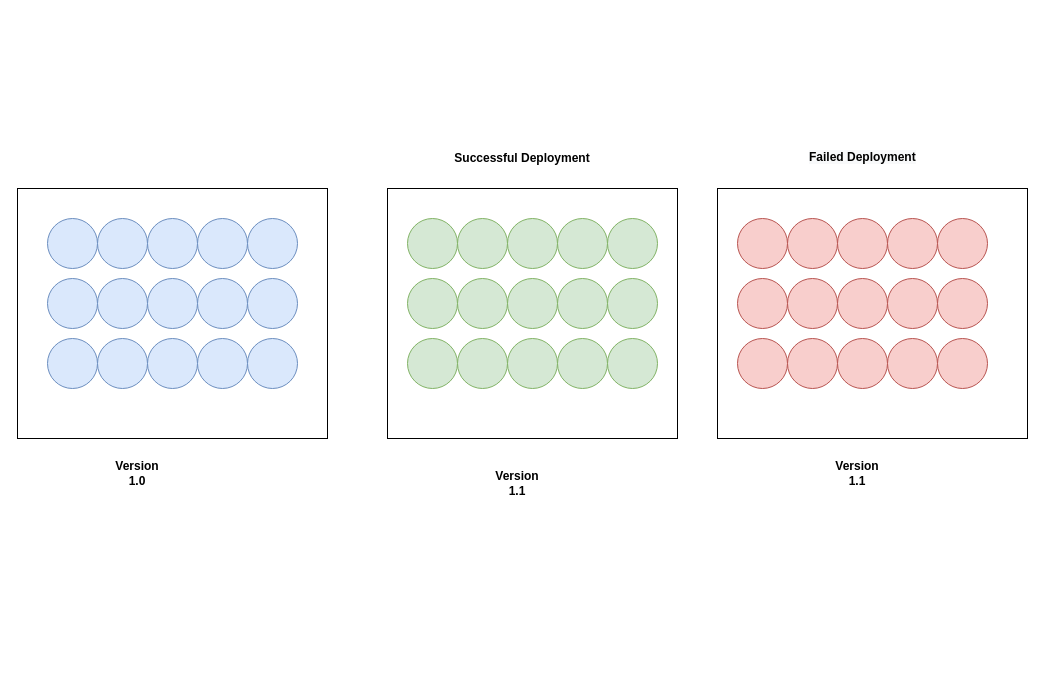
This is deployment-statergy/traditional-deployment.drawio from amit894/diagrams, a draw.io file, before an edit. Source tidied: cells renumbered, new cells numbered last; positions are measured from the earlier drawing's top-left corner, leaving out a move shared by most shapes. Both pictures are drawn from the tidied source at 100%, with x=0, y=0 at pixel (17, 143).
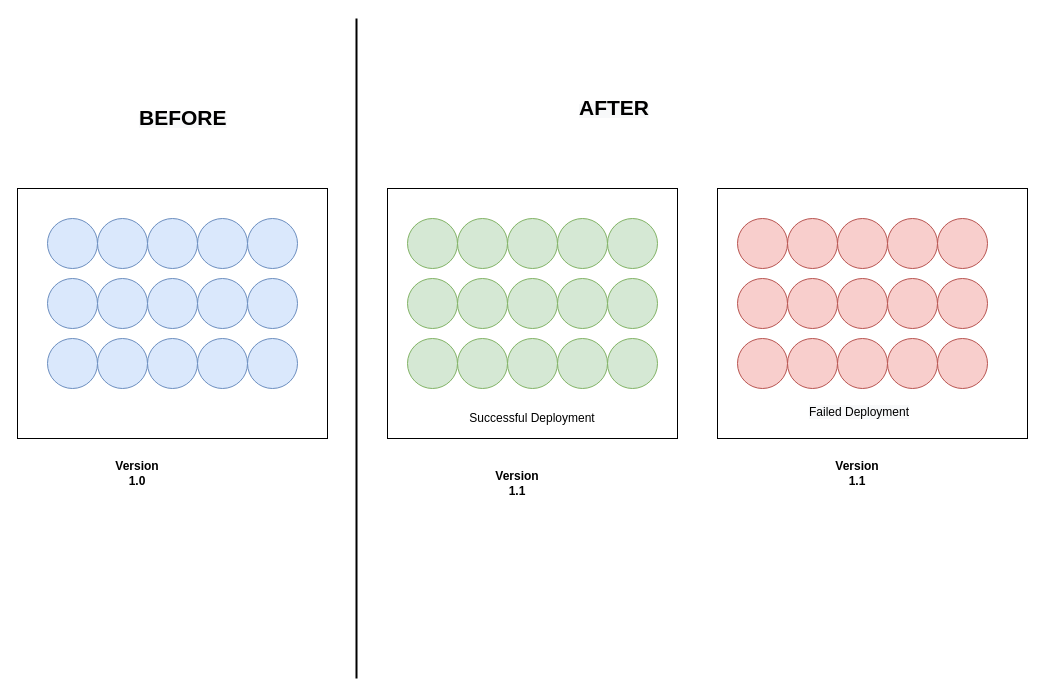
The same page after the edit.

Change to the diagram source:
```diff
@@
-    <mxCell id="53" value="&lt;b&gt;Successful Deployment&lt;/b&gt;" style="text;html=1;strokeColor=none;fillColor=none;align=center;verticalAlign=middle;whiteSpace=wrap;rounded=0;" parent="1" vertex="1">
-      <mxGeometry x="420" y="5" width="170" height="20" as="geometry" />
+    <mxCell id="53" value="Successful Deployment" style="text;html=1;strokeColor=none;fillColor=none;align=center;verticalAlign=middle;whiteSpace=wrap;rounded=0;" parent="1" vertex="1">
+      <mxGeometry x="430" y="265" width="170" height="20" as="geometry" />
     </mxCell>
-    <mxCell id="54" value="&lt;b style=&quot;color: rgb(0 , 0 , 0) ; font-family: &amp;#34;helvetica&amp;#34; ; font-size: 12px ; font-style: normal ; letter-spacing: normal ; text-align: center ; text-indent: 0px ; text-transform: none ; word-spacing: 0px ; background-color: rgb(248 , 249 , 250)&quot;&gt;Failed Deployment&lt;/b&gt;" style="text;whiteSpace=wrap;html=1;" parent="1" vertex="1">
-      <mxGeometry x="790" width="160" height="30" as="geometry" />
+    <mxCell id="54" value="&lt;span style=&quot;color: rgb(0 , 0 , 0) ; font-family: &amp;#34;helvetica&amp;#34; ; font-size: 12px ; font-style: normal ; letter-spacing: normal ; text-align: center ; text-indent: 0px ; text-transform: none ; word-spacing: 0px ; background-color: rgb(248 , 249 , 250)&quot;&gt;Failed Deployment&lt;/span&gt;" style="text;whiteSpace=wrap;html=1;" parent="1" vertex="1">
+      <mxGeometry x="790" y="255" width="160" height="30" as="geometry" />
     </mxCell>
+    <mxCell id="55" style="line;strokeWidth=2;direction=south;html=1;fillColor=none;" parent="1" vertex="1">
+      <mxGeometry x="334" y="-125" width="10" height="660" as="geometry" />
+    </mxCell>
+    <mxCell id="56" value="&lt;b style=&quot;color: rgb(0 , 0 , 0) ; font-family: &amp;#34;helvetica&amp;#34; ; font-style: normal ; letter-spacing: normal ; text-align: center ; text-indent: 0px ; text-transform: none ; word-spacing: 0px ; background-color: rgb(248 , 249 , 250)&quot;&gt;&lt;font style=&quot;font-size: 21px&quot;&gt;BEFORE&lt;/font&gt;&lt;/b&gt;" style="text;whiteSpace=wrap;html=1;" parent="1" vertex="1">
+      <mxGeometry x="120" y="-45" width="90" height="30" as="geometry" />
+    </mxCell>
+    <mxCell id="57" value="&lt;b style=&quot;color: rgb(0 , 0 , 0) ; font-family: &amp;#34;helvetica&amp;#34; ; font-style: normal ; letter-spacing: normal ; text-align: center ; text-indent: 0px ; text-transform: none ; word-spacing: 0px ; background-color: rgb(248 , 249 , 250)&quot;&gt;&lt;font style=&quot;font-size: 21px&quot;&gt;AFTER&lt;/font&gt;&lt;/b&gt;" style="text;whiteSpace=wrap;html=1;" parent="1" vertex="1">
+      <mxGeometry x="560" y="-55" width="90" height="30" as="geometry" />
+    </mxCell>
```
